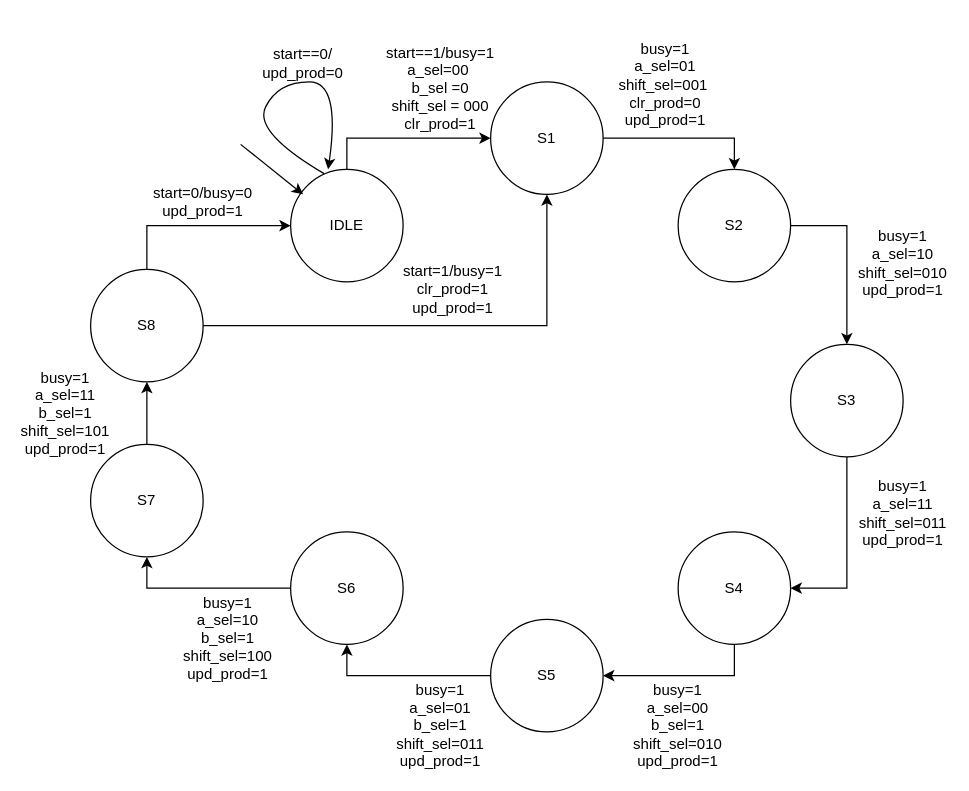
This is page "Page-1" (1 of 2) of Untitled Diagram.drawio from lioriky6/lioriky6, a draw.io file, before an edit. Source tidied: cells renumbered, new cells numbered last; positions are measured from the earlier drawing's top-left corner, leaving out a move shared by most shapes. Both pictures are drawn from the tidied source at 125%, with x=0, y=0 at pixel (28, 44).
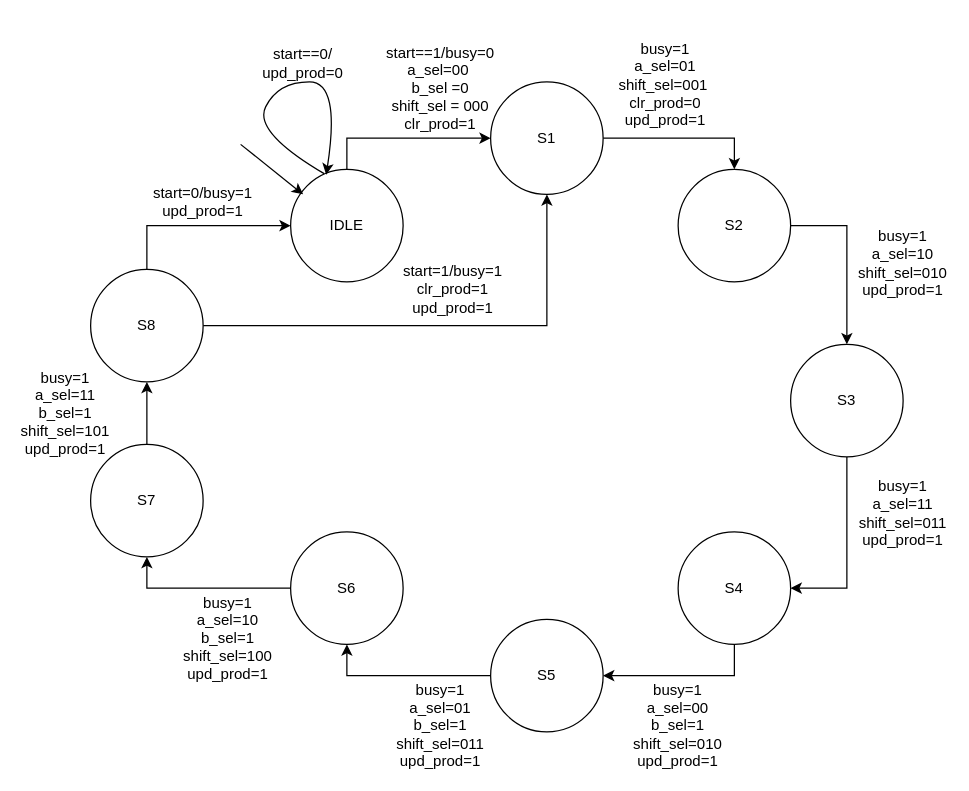
Above is the later version.

The change refers to these unchanged cells:
```xml
<mxCell id="3" value="IDLE" style="ellipse;whiteSpace=wrap;html=1;" parent="1" vertex="1">
  <mxGeometry x="210" y="100" width="90" height="90" as="geometry" />
</mxCell>
```

What changed in the source:
```diff
@@
-    <mxCell id="22" value="start=0/busy=0&lt;div&gt;upd_prod=1&lt;/div&gt;" style="text;html=1;align=center;verticalAlign=middle;whiteSpace=wrap;rounded=0;" parent="1" vertex="1">
+    <mxCell id="22" value="start=0/busy=1&lt;div&gt;upd_prod=1&lt;/div&gt;" style="text;html=1;align=center;verticalAlign=middle;whiteSpace=wrap;rounded=0;" parent="1" vertex="1">
       <mxGeometry x="110" y="111" width="60" height="30" as="geometry" />
     </mxCell>
-    <mxCell id="23" value="start==1/busy=1&lt;div&gt;a_sel=00&amp;nbsp;&lt;/div&gt;&lt;div&gt;&lt;span style=&quot;background-color: transparent; color: light-dark(rgb(0, 0, 0), rgb(255, 255, 255));&quot;&gt;b_sel =0&lt;/span&gt;&lt;/div&gt;&lt;div&gt;shift_sel = 000&lt;/div&gt;&lt;div&gt;clr_prod=1&lt;/div&gt;" style="text;html=1;align=center;verticalAlign=middle;whiteSpace=wrap;rounded=0;" parent="1" vertex="1">
+    <mxCell id="23" value="start==1/busy=0&lt;div&gt;a_sel=00&amp;nbsp;&lt;/div&gt;&lt;div&gt;&lt;span style=&quot;background-color: transparent; color: light-dark(rgb(0, 0, 0), rgb(255, 255, 255));&quot;&gt;b_sel =0&lt;/span&gt;&lt;/div&gt;&lt;div&gt;shift_sel = 000&lt;/div&gt;&lt;div&gt;clr_prod=1&lt;/div&gt;" style="text;html=1;align=center;verticalAlign=middle;whiteSpace=wrap;rounded=0;" parent="1" vertex="1">
       <mxGeometry x="275" y="20" width="110" height="30" as="geometry" />
     </mxCell>
@@
-    <mxCell id="32" style="curved=1;endArrow=classic;html=1;rounded=0;exitX=0.298;exitY=0.038;exitDx=0;exitDy=0;exitPerimeter=0;" parent="1" edge="1" source="3">
+    <mxCell id="32" style="curved=1;endArrow=classic;html=1;rounded=0;exitX=0.298;exitY=0.038;exitDx=0;exitDy=0;exitPerimeter=0;entryX=0.316;entryY=0.047;entryDx=0;entryDy=0;entryPerimeter=0;" parent="1" edge="1" source="3" target="3">
       <mxGeometry relative="1" as="geometry">
-        <mxPoint x="240" y="100" as="targetPoint" />
         <Array as="points">
           <mxPoint x="180" y="70" />
           <mxPoint x="200" y="30" />
           <mxPoint x="250" y="30" />
         </Array>
       </mxGeometry>
     </mxCell>
```
